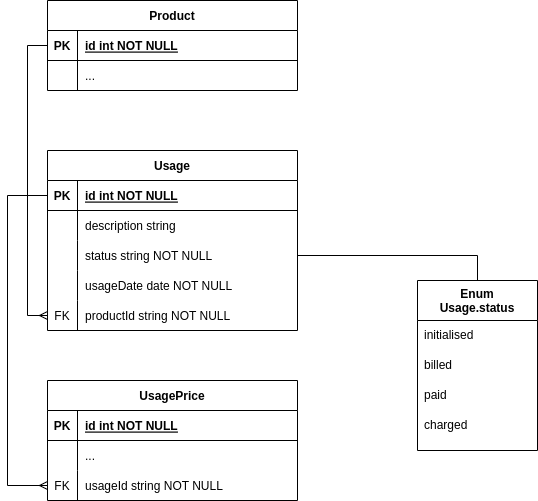
The draw.io diagram Untitled Diagram.drawio.png in yaqub-abdi/diagrams, before a commit. Source tidied: cells renumbered, new cells last; positions are measured from the earlier drawing's top-left corner, leaving out a move shared by most shapes.
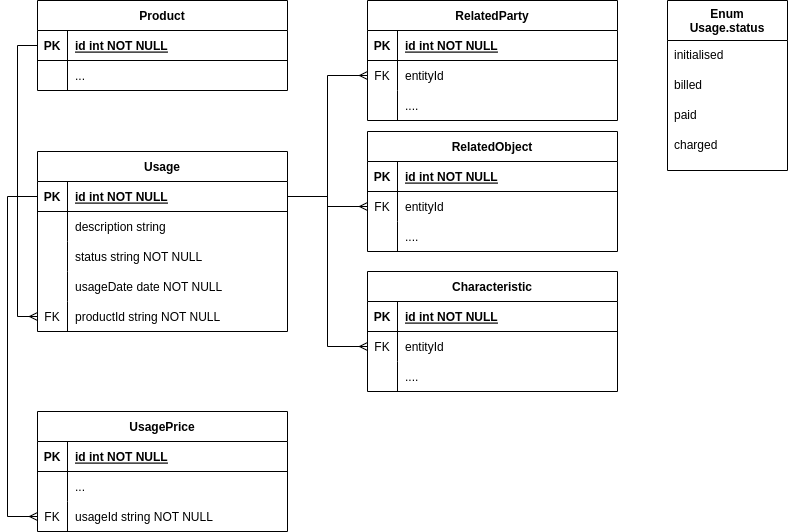
After the change.

What changed in the source:
```diff
@@ -3,7 +3,7 @@
     <mxCell id="0" />
     <mxCell id="1" parent="0" />
     <mxCell id="2" value="Usage" style="shape=table;startSize=30;rowLines=0;fontStyle=1;align=center;" parent="1" vertex="1">
-      <mxGeometry x="40" y="150" width="250" height="180" as="geometry" />
+      <mxGeometry x="-60" y="170" width="250" height="180" as="geometry" />
     </mxCell>
     <mxCell id="3" style="shape=partialRectangle;fillColor=none;points=[[0,0.5],[1,0.5]];portConstraint=eastwest;top=0;left=0;right=0;bottom=1;" parent="2" vertex="1">
       <mxGeometry y="30" width="250" height="30" as="geometry" />
@@ -51,7 +51,7 @@
       <mxGeometry x="30" width="220" height="30" as="geometry" />
     </mxCell>
     <mxCell id="18" value="Product" style="shape=table;startSize=30;rowLines=0;fontStyle=1;align=center;" parent="1" vertex="1">
-      <mxGeometry x="40" width="250" height="90" as="geometry" />
+      <mxGeometry x="-60" y="19" width="250" height="90" as="geometry" />
     </mxCell>
     <mxCell id="19" style="shape=partialRectangle;fillColor=none;points=[[0,0.5],[1,0.5]];portConstraint=eastwest;top=0;left=0;right=0;bottom=1;" parent="18" vertex="1">
       <mxGeometry y="30" width="250" height="30" as="geometry" />
@@ -71,11 +71,8 @@
     <mxCell id="24" value="..." style="shape=partialRectangle;overflow=hidden;fillColor=none;top=0;left=0;bottom=0;right=0;align=left;spacingLeft=6;" parent="22" vertex="1">
       <mxGeometry x="30" width="220" height="30" as="geometry" />
     </mxCell>
-    <mxCell id="25" style="edgeStyle=orthogonalEdgeStyle;rounded=0;jettySize=auto;html=1;entryX=1;entryY=0.5;entryDx=0;entryDy=0;endArrow=none;endFill=0;exitX=0.5;exitY=0;exitDx=0;exitDy=0;" parent="1" edge="1" source="26" target="9">
-      <mxGeometry relative="1" as="geometry" />
-    </mxCell>
     <mxCell id="26" value="Enum&#10;Usage.status" style="swimlane;strokeColor=#000000;startSize=40;" parent="1" vertex="1">
-      <mxGeometry x="410" y="280" width="120" height="170" as="geometry" />
+      <mxGeometry x="570" y="19" width="120" height="170" as="geometry" />
     </mxCell>
     <mxCell id="27" value="billed" style="text;html=1;align=left;verticalAlign=middle;strokeColor=none;fillColor=none;" parent="26" vertex="1">
       <mxGeometry x="5" y="70" width="50" height="30" as="geometry" />
@@ -93,7 +90,7 @@
       <mxGeometry relative="1" as="geometry" />
     </mxCell>
     <mxCell id="32" value="UsagePrice" style="shape=table;startSize=30;rowLines=0;fontStyle=1;align=center;" parent="1" vertex="1">
-      <mxGeometry x="40" y="380" width="250" height="120" as="geometry" />
+      <mxGeometry x="-60" y="430" width="250" height="120" as="geometry" />
     </mxCell>
     <mxCell id="33" style="shape=partialRectangle;fillColor=none;top=0;left=0;right=0;bottom=1;" parent="32" vertex="1">
       <mxGeometry y="30" width="250" height="30" as="geometry" />
@@ -125,10 +122,114 @@
     <mxCell id="42" style="edgeStyle=orthogonalEdgeStyle;shape=connector;rounded=0;jettySize=auto;html=1;exitX=0;exitY=0.5;exitDx=0;exitDy=0;entryX=0;entryY=0.5;entryDx=0;entryDy=0;labelBackgroundColor=default;strokeColor=default;fontFamily=Helvetica;fontSize=11;fontColor=default;endArrow=ERmany;endFill=0;" parent="1" edge="1" source="3" target="39">
       <mxGeometry relative="1" as="geometry">
         <Array as="points">
-          <mxPoint y="195" />
-          <mxPoint y="485" />
+          <mxPoint x="-90" y="215" />
+          <mxPoint x="-90" y="535" />
         </Array>
       </mxGeometry>
     </mxCell>
+    <mxCell id="43" value="RelatedParty" style="shape=table;startSize=30;rowLines=0;fontStyle=1;align=center;" parent="1" vertex="1">
+      <mxGeometry x="270" y="19" width="250" height="120" as="geometry" />
+    </mxCell>
+    <mxCell id="44" style="shape=partialRectangle;fillColor=none;top=0;left=0;right=0;bottom=1;" parent="43" vertex="1">
+      <mxGeometry y="30" width="250" height="30" as="geometry" />
+    </mxCell>
+    <mxCell id="45" value="PK" style="shape=partialRectangle;overflow=hidden;fillColor=none;top=0;left=0;bottom=0;right=0;fontStyle=1;" parent="44" vertex="1">
+      <mxGeometry width="30" height="30" as="geometry" />
+    </mxCell>
+    <mxCell id="46" value="id int NOT NULL " style="shape=partialRectangle;overflow=hidden;fillColor=none;top=0;left=0;bottom=0;right=0;align=left;spacingLeft=6;fontStyle=5;" parent="44" vertex="1">
+      <mxGeometry x="30" width="220" height="30" as="geometry" />
+    </mxCell>
+    <mxCell id="47" style="shape=partialRectangle;fillColor=none;points=[[0,0.5],[1,0.5]];portConstraint=eastwest;top=0;left=0;right=0;bottom=0;" parent="43" vertex="1">
+      <mxGeometry y="60" width="250" height="30" as="geometry" />
+    </mxCell>
+    <mxCell id="48" value="FK" style="shape=partialRectangle;overflow=hidden;fillColor=none;top=0;left=0;bottom=0;right=0;" parent="47" vertex="1">
+      <mxGeometry width="30" height="30" as="geometry" />
+    </mxCell>
+    <mxCell id="49" value="entityId" style="shape=partialRectangle;overflow=hidden;fillColor=none;top=0;left=0;bottom=0;right=0;align=left;spacingLeft=6;" parent="47" vertex="1">
+      <mxGeometry x="30" width="220" height="30" as="geometry" />
+    </mxCell>
+    <mxCell id="50" style="shape=partialRectangle;fillColor=none;top=0;left=0;right=0;bottom=0;" parent="43" vertex="1">
+      <mxGeometry y="90" width="250" height="30" as="geometry" />
+    </mxCell>
+    <mxCell id="51" style="shape=partialRectangle;overflow=hidden;fillColor=none;top=0;left=0;bottom=0;right=0;" parent="50" vertex="1">
+      <mxGeometry width="30" height="30" as="geometry" />
+    </mxCell>
+    <mxCell id="52" value="...." style="shape=partialRectangle;overflow=hidden;fillColor=none;top=0;left=0;bottom=0;right=0;align=left;spacingLeft=6;" parent="50" vertex="1">
+      <mxGeometry x="30" width="220" height="30" as="geometry" />
+    </mxCell>
+    <mxCell id="53" style="edgeStyle=orthogonalEdgeStyle;shape=connector;rounded=0;jettySize=auto;html=1;exitX=0;exitY=0.5;exitDx=0;exitDy=0;entryX=1;entryY=0.5;entryDx=0;entryDy=0;labelBackgroundColor=default;strokeColor=default;fontFamily=Helvetica;fontSize=11;fontColor=default;endArrow=none;endFill=0;startArrow=ERmany;startFill=0;" parent="1" edge="1" source="47" target="3">
+      <mxGeometry relative="1" as="geometry">
+        <Array as="points">
+          <mxPoint x="230" y="94" />
+          <mxPoint x="230" y="215" />
+        </Array>
+      </mxGeometry>
+    </mxCell>
+    <mxCell id="54" value="RelatedObject" style="shape=table;startSize=30;rowLines=0;fontStyle=1;align=center;" parent="1" vertex="1">
+      <mxGeometry x="270" y="150" width="250" height="120" as="geometry" />
+    </mxCell>
+    <mxCell id="55" style="shape=partialRectangle;fillColor=none;top=0;left=0;right=0;bottom=1;" parent="54" vertex="1">
+      <mxGeometry y="30" width="250" height="30" as="geometry" />
+    </mxCell>
+    <mxCell id="56" value="PK" style="shape=partialRectangle;overflow=hidden;fillColor=none;top=0;left=0;bottom=0;right=0;fontStyle=1;" parent="55" vertex="1">
+      <mxGeometry width="30" height="30" as="geometry" />
+    </mxCell>
+    <mxCell id="57" value="id int NOT NULL " style="shape=partialRectangle;overflow=hidden;fillColor=none;top=0;left=0;bottom=0;right=0;align=left;spacingLeft=6;fontStyle=5;" parent="55" vertex="1">
+      <mxGeometry x="30" width="220" height="30" as="geometry" />
+    </mxCell>
+    <mxCell id="58" style="shape=partialRectangle;fillColor=none;points=[[0,0.5],[1,0.5]];portConstraint=eastwest;top=0;left=0;right=0;bottom=0;" parent="54" vertex="1">
+      <mxGeometry y="60" width="250" height="30" as="geometry" />
+    </mxCell>
+    <mxCell id="59" value="FK" style="shape=partialRectangle;overflow=hidden;fillColor=none;top=0;left=0;bottom=0;right=0;" parent="58" vertex="1">
+      <mxGeometry width="30" height="30" as="geometry" />
+    </mxCell>
+    <mxCell id="60" value="entityId" style="shape=partialRectangle;overflow=hidden;fillColor=none;top=0;left=0;bottom=0;right=0;align=left;spacingLeft=6;" parent="58" vertex="1">
+      <mxGeometry x="30" width="220" height="30" as="geometry" />
+    </mxCell>
+    <mxCell id="61" style="shape=partialRectangle;fillColor=none;top=0;left=0;right=0;bottom=0;" parent="54" vertex="1">
+      <mxGeometry y="90" width="250" height="30" as="geometry" />
+    </mxCell>
+    <mxCell id="62" style="shape=partialRectangle;overflow=hidden;fillColor=none;top=0;left=0;bottom=0;right=0;" parent="61" vertex="1">
+      <mxGeometry width="30" height="30" as="geometry" />
+    </mxCell>
+    <mxCell id="63" value="...." style="shape=partialRectangle;overflow=hidden;fillColor=none;top=0;left=0;bottom=0;right=0;align=left;spacingLeft=6;" parent="61" vertex="1">
+      <mxGeometry x="30" width="220" height="30" as="geometry" />
+    </mxCell>
+    <mxCell id="64" style="edgeStyle=orthogonalEdgeStyle;shape=connector;rounded=0;jettySize=auto;html=1;exitX=0;exitY=0.5;exitDx=0;exitDy=0;entryX=1;entryY=0.5;entryDx=0;entryDy=0;labelBackgroundColor=default;strokeColor=default;fontFamily=Helvetica;fontSize=11;fontColor=default;startArrow=ERmany;startFill=0;endArrow=none;endFill=0;" parent="1" edge="1" source="58" target="3">
+      <mxGeometry relative="1" as="geometry" />
+    </mxCell>
+    <mxCell id="65" value="Characteristic" style="shape=table;startSize=30;rowLines=0;fontStyle=1;align=center;" parent="1" vertex="1">
+      <mxGeometry x="270" y="290" width="250" height="120" as="geometry" />
+    </mxCell>
+    <mxCell id="66" style="shape=partialRectangle;fillColor=none;top=0;left=0;right=0;bottom=1;" parent="65" vertex="1">
+      <mxGeometry y="30" width="250" height="30" as="geometry" />
+    </mxCell>
+    <mxCell id="67" value="PK" style="shape=partialRectangle;overflow=hidden;fillColor=none;top=0;left=0;bottom=0;right=0;fontStyle=1;" parent="66" vertex="1">
+      <mxGeometry width="30" height="30" as="geometry" />
+    </mxCell>
+    <mxCell id="68" value="id int NOT NULL " style="shape=partialRectangle;overflow=hidden;fillColor=none;top=0;left=0;bottom=0;right=0;align=left;spacingLeft=6;fontStyle=5;" parent="66" vertex="1">
+      <mxGeometry x="30" width="220" height="30" as="geometry" />
+    </mxCell>
+    <mxCell id="69" style="shape=partialRectangle;fillColor=none;points=[[0,0.5],[1,0.5]];portConstraint=eastwest;top=0;left=0;right=0;bottom=0;" parent="65" vertex="1">
+      <mxGeometry y="60" width="250" height="30" as="geometry" />
+    </mxCell>
+    <mxCell id="70" value="FK" style="shape=partialRectangle;overflow=hidden;fillColor=none;top=0;left=0;bottom=0;right=0;" parent="69" vertex="1">
+      <mxGeometry width="30" height="30" as="geometry" />
+    </mxCell>
+    <mxCell id="71" value="entityId" style="shape=partialRectangle;overflow=hidden;fillColor=none;top=0;left=0;bottom=0;right=0;align=left;spacingLeft=6;" parent="69" vertex="1">
+      <mxGeometry x="30" width="220" height="30" as="geometry" />
+    </mxCell>
+    <mxCell id="72" style="shape=partialRectangle;fillColor=none;top=0;left=0;right=0;bottom=0;" parent="65" vertex="1">
+      <mxGeometry y="90" width="250" height="30" as="geometry" />
+    </mxCell>
+    <mxCell id="73" style="shape=partialRectangle;overflow=hidden;fillColor=none;top=0;left=0;bottom=0;right=0;" parent="72" vertex="1">
+      <mxGeometry width="30" height="30" as="geometry" />
+    </mxCell>
+    <mxCell id="74" value="...." style="shape=partialRectangle;overflow=hidden;fillColor=none;top=0;left=0;bottom=0;right=0;align=left;spacingLeft=6;" parent="72" vertex="1">
+      <mxGeometry x="30" width="220" height="30" as="geometry" />
+    </mxCell>
+    <mxCell id="75" style="edgeStyle=orthogonalEdgeStyle;shape=connector;rounded=0;jettySize=auto;html=1;exitX=0;exitY=0.5;exitDx=0;exitDy=0;entryX=1;entryY=0.5;entryDx=0;entryDy=0;labelBackgroundColor=default;strokeColor=default;fontFamily=Helvetica;fontSize=11;fontColor=default;startArrow=ERmany;startFill=0;endArrow=none;endFill=0;" parent="1" edge="1" source="69" target="3">
+      <mxGeometry relative="1" as="geometry" />
+    </mxCell>
   </root>
 </mxGraphModel>
```
